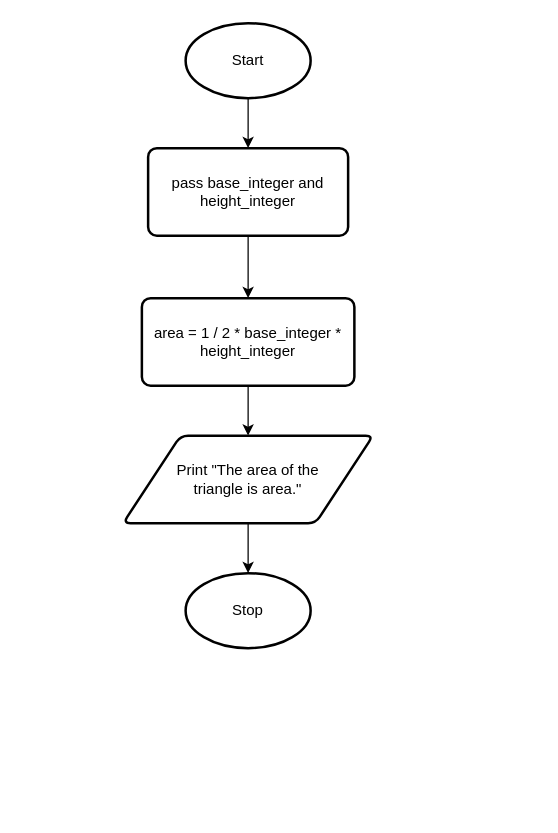
Yiyun-Qin/ICS3U-Unit5-05-Python keeps this draw.io diagram as design.flowchart.drawio. Above is the earlier version. Source tidied: cells renumbered, new cells numbered last; positions are measured from the earlier drawing's top-left corner, leaving out a move shared by most shapes. Both pictures are drawn from the tidied source at 125%, with x=0, y=0 at pixel (122, 22).
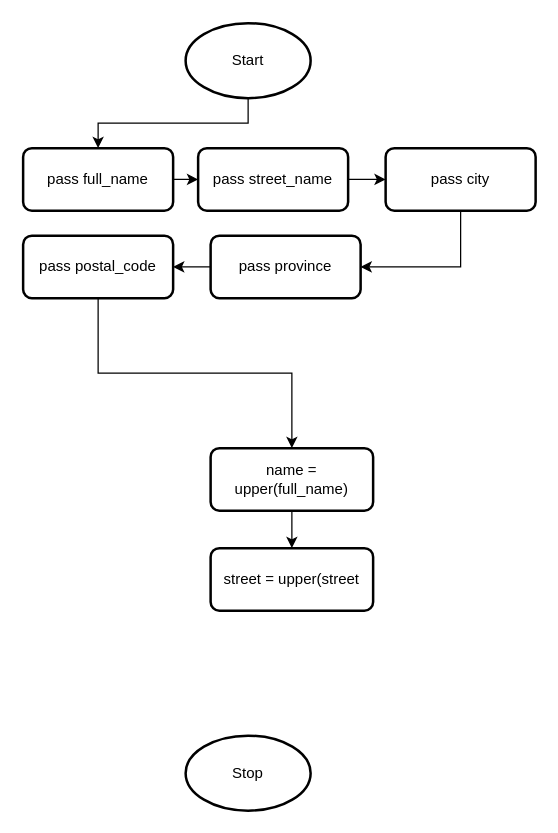
After the change.

Diff of the diagram source:
```diff
@@
 <mxGraphModel>
   <root>
     <mxCell id="0" />
     <mxCell id="1" parent="0" />
-    <mxCell id="2" style="edgeStyle=none;html=1;exitX=0.5;exitY=1;exitDx=0;exitDy=0;exitPerimeter=0;entryX=0.5;entryY=0;entryDx=0;entryDy=0;" parent="1" edge="1" source="3" target="6">
-      <mxGeometry relative="1" as="geometry" />
-    </mxCell>
+    <mxCell id="11" style="edgeStyle=orthogonalEdgeStyle;html=1;exitX=0.5;exitY=1;exitDx=0;exitDy=0;exitPerimeter=0;entryX=0.5;entryY=0;entryDx=0;entryDy=0;fontFamily=Helvetica;fontSize=12;fontColor=default;rounded=0;" parent="1" edge="1" source="3" target="9">
+      <mxGeometry relative="1" as="geometry" />
+    </mxCell>
     <mxCell id="3" value="Start" style="strokeWidth=2;html=1;shape=mxgraph.flowchart.start_1;whiteSpace=wrap;" parent="1" vertex="1">
       <mxGeometry x="50" width="100" height="60" as="geometry" />
     </mxCell>
     <mxCell id="4" value="Stop" style="strokeWidth=2;html=1;shape=mxgraph.flowchart.start_1;whiteSpace=wrap;" parent="1" vertex="1">
-      <mxGeometry x="50" y="440" width="100" height="60" as="geometry" />
+      <mxGeometry x="50" y="570" width="100" height="60" as="geometry" />
     </mxCell>
-    <mxCell id="5" style="edgeStyle=none;html=1;exitX=0.5;exitY=1;exitDx=0;exitDy=0;entryX=0.5;entryY=0;entryDx=0;entryDy=0;" parent="1" edge="1" source="6" target="8">
-      <mxGeometry relative="1" as="geometry" />
-    </mxCell>
-    <mxCell id="6" value="pass base_integer and height_integer" style="rounded=1;whiteSpace=wrap;html=1;absoluteArcSize=1;arcSize=14;strokeWidth=2;" parent="1" vertex="1">
-      <mxGeometry x="20" y="100" width="160" height="70" as="geometry" />
-    </mxCell>
-    <mxCell id="7" style="edgeStyle=none;html=1;exitX=0.5;exitY=1;exitDx=0;exitDy=0;entryX=0.5;entryY=0;entryDx=0;entryDy=0;" parent="1" edge="1" source="8" target="10">
-      <mxGeometry relative="1" as="geometry" />
-    </mxCell>
-    <mxCell id="8" value="area = 1 / 2 * base_integer * height_integer" style="rounded=1;whiteSpace=wrap;html=1;absoluteArcSize=1;arcSize=14;strokeWidth=2;" parent="1" vertex="1">
-      <mxGeometry x="15" y="220" width="170" height="70" as="geometry" />
-    </mxCell>
+    <mxCell id="12" style="edgeStyle=none;html=1;fontFamily=Helvetica;fontSize=12;fontColor=default;" parent="1" edge="1" source="9" target="14">
+      <mxGeometry relative="1" as="geometry" />
+    </mxCell>
-    <mxCell id="9" style="edgeStyle=none;html=1;exitX=0.5;exitY=1;exitDx=0;exitDy=0;entryX=0.5;entryY=0;entryDx=0;entryDy=0;entryPerimeter=0;" parent="1" edge="1" source="10" target="4">
-      <mxGeometry relative="1" as="geometry" />
+    <mxCell id="9" value="pass full_name" style="rounded=1;whiteSpace=wrap;html=1;absoluteArcSize=1;arcSize=14;strokeWidth=2;fontFamily=Helvetica;fontSize=12;fontColor=default;fillColor=default;" parent="1" vertex="1">
+      <mxGeometry x="-80" y="100" width="120" height="50" as="geometry" />
     </mxCell>
-    <mxCell id="10" value="Print &quot;The area of the &lt;br&gt;triangle is area.&quot;" style="shape=parallelogram;html=1;strokeWidth=2;perimeter=parallelogramPerimeter;whiteSpace=wrap;rounded=1;arcSize=12;size=0.23;" parent="1" vertex="1">
-      <mxGeometry y="330" width="200" height="70" as="geometry" />
-    </mxCell>
+    <mxCell id="13" style="edgeStyle=none;html=1;fontFamily=Helvetica;fontSize=12;fontColor=default;" parent="1" edge="1" source="14" target="16">
+      <mxGeometry relative="1" as="geometry" />
+    </mxCell>
+    <mxCell id="14" value="pass street_name" style="rounded=1;whiteSpace=wrap;html=1;absoluteArcSize=1;arcSize=14;strokeWidth=2;fontFamily=Helvetica;fontSize=12;fontColor=default;fillColor=default;" parent="1" vertex="1">
+      <mxGeometry x="60" y="100" width="120" height="50" as="geometry" />
+    </mxCell>
+    <mxCell id="15" style="edgeStyle=orthogonalEdgeStyle;rounded=0;html=1;exitX=0.5;exitY=1;exitDx=0;exitDy=0;entryX=1;entryY=0.5;entryDx=0;entryDy=0;fontFamily=Helvetica;fontSize=12;fontColor=default;" parent="1" edge="1" source="16" target="18">
+      <mxGeometry relative="1" as="geometry" />
+    </mxCell>
+    <mxCell id="16" value="pass city" style="rounded=1;whiteSpace=wrap;html=1;absoluteArcSize=1;arcSize=14;strokeWidth=2;fontFamily=Helvetica;fontSize=12;fontColor=default;fillColor=default;" parent="1" vertex="1">
+      <mxGeometry x="210" y="100" width="120" height="50" as="geometry" />
+    </mxCell>
+    <mxCell id="17" style="edgeStyle=orthogonalEdgeStyle;rounded=0;html=1;fontFamily=Helvetica;fontSize=12;fontColor=default;" parent="1" edge="1" source="18" target="20">
+      <mxGeometry relative="1" as="geometry" />
+    </mxCell>
+    <mxCell id="18" value="pass province" style="rounded=1;whiteSpace=wrap;html=1;absoluteArcSize=1;arcSize=14;strokeWidth=2;fontFamily=Helvetica;fontSize=12;fontColor=default;fillColor=default;" parent="1" vertex="1">
+      <mxGeometry x="70" y="170" width="120" height="50" as="geometry" />
+    </mxCell>
+    <mxCell id="19" style="edgeStyle=orthogonalEdgeStyle;rounded=0;html=1;exitX=0.5;exitY=1;exitDx=0;exitDy=0;entryX=0.5;entryY=0;entryDx=0;entryDy=0;fontFamily=Helvetica;fontSize=12;fontColor=default;" parent="1" edge="1" source="20" target="22">
+      <mxGeometry relative="1" as="geometry" />
+    </mxCell>
+    <mxCell id="20" value="pass postal_code" style="rounded=1;whiteSpace=wrap;html=1;absoluteArcSize=1;arcSize=14;strokeWidth=2;fontFamily=Helvetica;fontSize=12;fontColor=default;fillColor=default;" parent="1" vertex="1">
+      <mxGeometry x="-80" y="170" width="120" height="50" as="geometry" />
+    </mxCell>
+    <mxCell id="21" style="edgeStyle=orthogonalEdgeStyle;rounded=0;html=1;exitX=0.5;exitY=1;exitDx=0;exitDy=0;entryX=0.5;entryY=0;entryDx=0;entryDy=0;fontFamily=Helvetica;fontSize=12;fontColor=default;" parent="1" edge="1" source="22" target="23">
+      <mxGeometry relative="1" as="geometry" />
+    </mxCell>
+    <mxCell id="22" value="name = upper(full_name)" style="rounded=1;whiteSpace=wrap;html=1;absoluteArcSize=1;arcSize=14;strokeWidth=2;fontFamily=Helvetica;fontSize=12;fontColor=default;fillColor=default;" parent="1" vertex="1">
+      <mxGeometry x="70" y="340" width="130" height="50" as="geometry" />
+    </mxCell>
+    <mxCell id="23" value="street = upper(street" style="rounded=1;whiteSpace=wrap;html=1;absoluteArcSize=1;arcSize=14;strokeWidth=2;fontFamily=Helvetica;fontSize=12;fontColor=default;fillColor=default;" parent="1" vertex="1">
+      <mxGeometry x="70" y="420" width="130" height="50" as="geometry" />
+    </mxCell>
   </root>
 </mxGraphModel>
```
